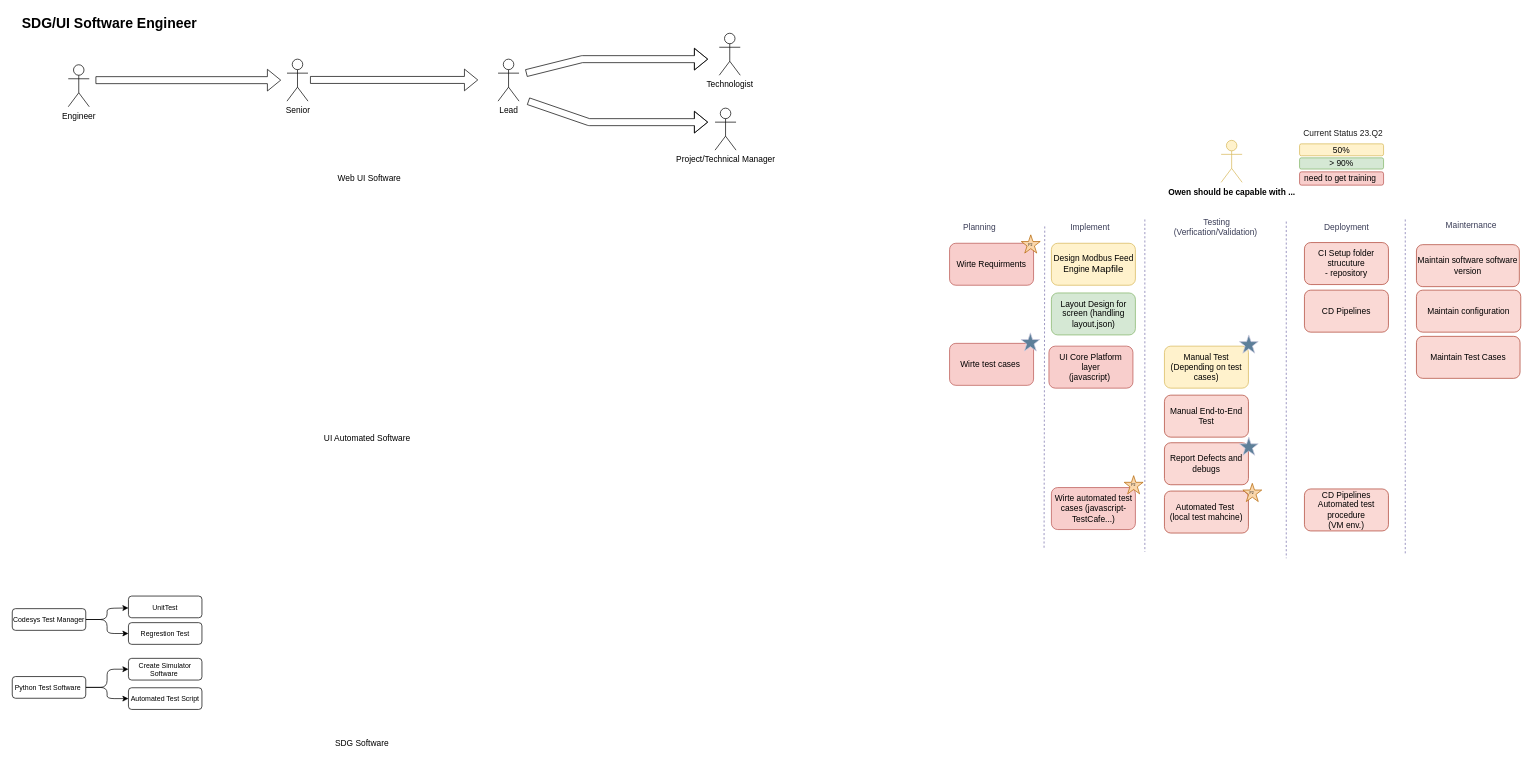
The draw.io diagram page "SDG/UI" (3 of 5) of CareerWorkShop.drawio in EdwardsKorea/CommonDrawIO, before the edit. Source tidied: cells renumbered, new cells numbered last; positions are measured from the earlier drawing's top-left corner, leaving out a move shared by most shapes. Both pictures are drawn from the tidied source at 70%, with x=0, y=0 at pixel (12, 12).
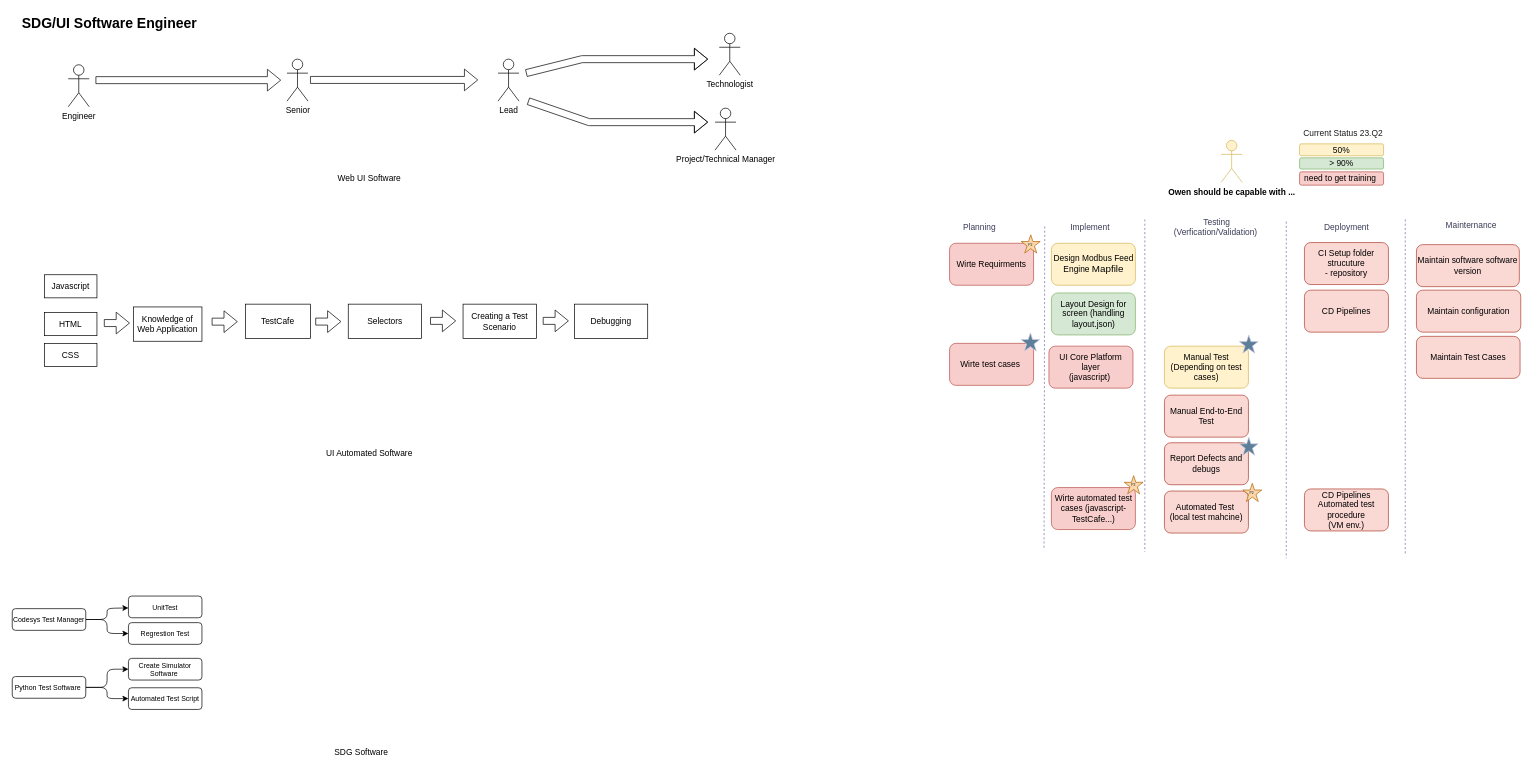
Above is the later version.

Change to the diagram source:
```diff
@@
     <mxCell id="64" value="SDG Software&amp;nbsp;" style="text;html=1;strokeColor=none;fillColor=none;align=center;verticalAlign=middle;whiteSpace=wrap;rounded=0;" parent="1" vertex="1">
-      <mxGeometry x="442" y="1030" width="119" height="30" as="geometry" />
+      <mxGeometry x="441" y="1043" width="119" height="30" as="geometry" />
     </mxCell>
@@
     <mxCell id="66" value="UI Automated Software&amp;nbsp;" style="text;html=1;strokeColor=none;fillColor=none;align=center;verticalAlign=middle;whiteSpace=wrap;rounded=0;" parent="1" vertex="1">
-      <mxGeometry x="401" y="594" width="216" height="30" as="geometry" />
+      <mxGeometry x="404" y="615" width="216" height="30" as="geometry" />
     </mxCell>
+    <mxCell id="67" value="Javascript" style="rounded=0;whiteSpace=wrap;html=1;" parent="1" vertex="1">
+      <mxGeometry x="46" y="375" width="75" height="33" as="geometry" />
+    </mxCell>
+    <mxCell id="68" value="HTML" style="rounded=0;whiteSpace=wrap;html=1;" parent="1" vertex="1">
+      <mxGeometry x="46" y="429" width="75" height="33" as="geometry" />
+    </mxCell>
+    <mxCell id="69" value="CSS" style="rounded=0;whiteSpace=wrap;html=1;" parent="1" vertex="1">
+      <mxGeometry x="46" y="473" width="75" height="33" as="geometry" />
+    </mxCell>
+    <mxCell id="70" value="Knowledge of Web Application" style="rounded=0;whiteSpace=wrap;html=1;" parent="1" vertex="1">
+      <mxGeometry x="173" y="421" width="98" height="49" as="geometry" />
+    </mxCell>
+    <mxCell id="71" value="TestCafe" style="rounded=0;whiteSpace=wrap;html=1;" parent="1" vertex="1">
+      <mxGeometry x="333" y="417" width="93" height="49" as="geometry" />
+    </mxCell>
+    <mxCell id="72" value="Selectors" style="rounded=0;whiteSpace=wrap;html=1;" parent="1" vertex="1">
+      <mxGeometry x="480" y="417" width="104.8" height="49" as="geometry" />
+    </mxCell>
+    <mxCell id="73" value="Creating a Test Scenario" style="rounded=0;whiteSpace=wrap;html=1;" parent="1" vertex="1">
+      <mxGeometry x="644" y="417" width="104.8" height="49" as="geometry" />
+    </mxCell>
+    <mxCell id="74" value="Debugging" style="rounded=0;whiteSpace=wrap;html=1;" parent="1" vertex="1">
+      <mxGeometry x="803" y="417" width="104.8" height="49" as="geometry" />
+    </mxCell>
+    <mxCell id="75" style="shape=flexArrow;endArrow=classic;html=1;rounded=0;" parent="1" edge="1">
+      <mxGeometry relative="1" as="geometry">
+        <mxPoint x="131" y="444" as="sourcePoint" />
+        <mxPoint x="168" y="444" as="targetPoint" />
+      </mxGeometry>
+    </mxCell>
+    <mxCell id="76" style="shape=flexArrow;endArrow=classic;html=1;rounded=0;" parent="1" edge="1">
+      <mxGeometry relative="1" as="geometry">
+        <mxPoint x="285" y="442" as="sourcePoint" />
+        <mxPoint x="322" y="442" as="targetPoint" />
+      </mxGeometry>
+    </mxCell>
+    <mxCell id="77" style="shape=flexArrow;endArrow=classic;html=1;rounded=0;" parent="1" edge="1">
+      <mxGeometry relative="1" as="geometry">
+        <mxPoint x="433" y="441.9" as="sourcePoint" />
+        <mxPoint x="470" y="441.9" as="targetPoint" />
+      </mxGeometry>
+    </mxCell>
+    <mxCell id="78" style="shape=flexArrow;endArrow=classic;html=1;rounded=0;" parent="1" edge="1">
+      <mxGeometry relative="1" as="geometry">
+        <mxPoint x="597" y="440.9" as="sourcePoint" />
+        <mxPoint x="634" y="440.9" as="targetPoint" />
+      </mxGeometry>
+    </mxCell>
+    <mxCell id="79" style="shape=flexArrow;endArrow=classic;html=1;rounded=0;" parent="1" edge="1">
+      <mxGeometry relative="1" as="geometry">
+        <mxPoint x="758" y="440.9" as="sourcePoint" />
+        <mxPoint x="795" y="440.9" as="targetPoint" />
+      </mxGeometry>
+    </mxCell>
```
